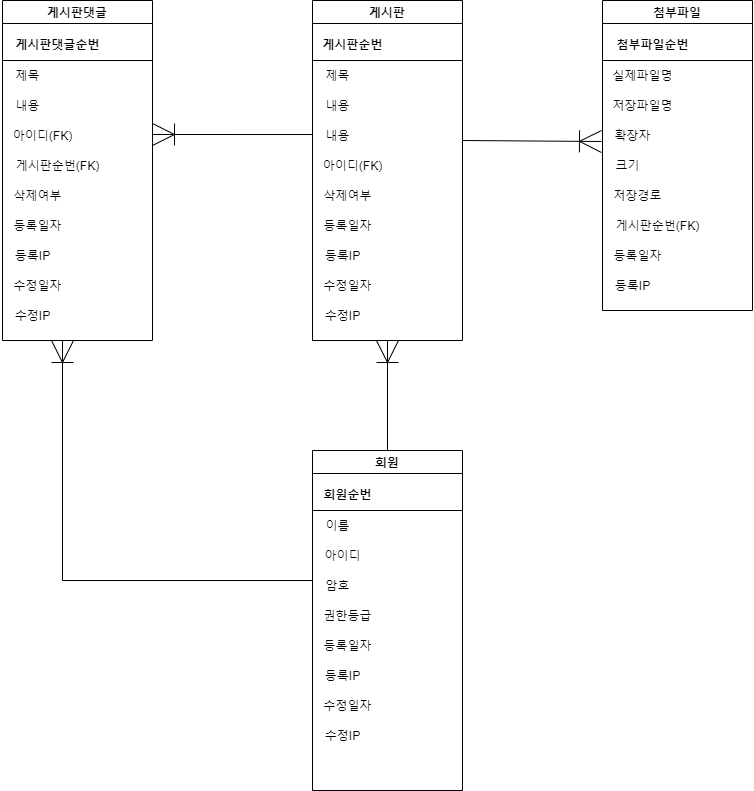
sos9210/board-project keeps this draw.io diagram as BOARD_ERD.png. Above is the earlier version. Source tidied: cells renumbered, new cells last; positions are measured from the earlier drawing's top-left corner, leaving out a move shared by most shapes.
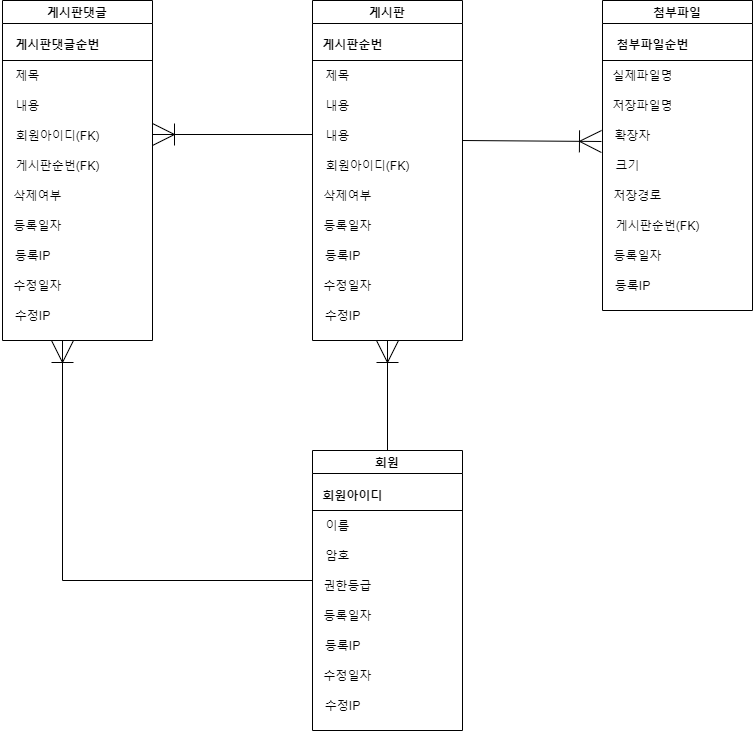
Later version of the same file.

Change to the diagram source:
```diff
@@ -3,11 +3,8 @@
     <mxCell id="0" />
     <mxCell id="1" parent="0" />
     <mxCell id="2" value="회원" style="swimlane;startSize=23;" parent="1" vertex="1">
-      <mxGeometry x="310" y="450" width="150" height="340" as="geometry" />
+      <mxGeometry x="310" y="450" width="150" height="280" as="geometry" />
     </mxCell>
-    <mxCell id="3" value="&lt;b&gt;회원순번&lt;/b&gt;" style="text;html=1;align=center;verticalAlign=middle;strokeColor=none;fillColor=none;strokeWidth=4;" parent="2" vertex="1">
-      <mxGeometry y="30" width="70" height="30" as="geometry" />
-    </mxCell>
     <mxCell id="4" style="endArrow=none;html=1;rounded=0;" parent="2" edge="1">
       <mxGeometry relative="1" as="geometry">
         <mxPoint y="60" as="sourcePoint" />
@@ -17,26 +14,26 @@
     <mxCell id="5" value="&lt;font style=&quot;font-size: 12px;&quot;&gt;이름&lt;/font&gt;" style="text;html=1;align=center;verticalAlign=middle;strokeColor=none;fillColor=none;fontSize=17;" parent="2" vertex="1">
       <mxGeometry y="60" width="50" height="30" as="geometry" />
     </mxCell>
-    <mxCell id="6" value="&lt;font style=&quot;font-size: 12px;&quot;&gt;아이디&lt;/font&gt;" style="text;html=1;align=center;verticalAlign=middle;strokeColor=none;fillColor=none;fontSize=17;" parent="2" vertex="1">
-      <mxGeometry y="90" width="60" height="30" as="geometry" />
+    <mxCell id="6" value="&lt;font style=&quot;font-size: 12px;&quot;&gt;회원아이디&lt;/font&gt;" style="text;html=1;align=center;verticalAlign=middle;strokeColor=none;fillColor=none;fontSize=17;fontStyle=1;" parent="2" vertex="1">
+      <mxGeometry y="30" width="80" height="30" as="geometry" />
     </mxCell>
     <mxCell id="7" value="&lt;font style=&quot;font-size: 12px;&quot;&gt;암호&lt;/font&gt;" style="text;html=1;align=center;verticalAlign=middle;strokeColor=none;fillColor=none;fontSize=17;" parent="2" vertex="1">
-      <mxGeometry y="120" width="50" height="30" as="geometry" />
+      <mxGeometry y="90" width="50" height="30" as="geometry" />
     </mxCell>
     <mxCell id="8" value="&lt;font style=&quot;font-size: 12px;&quot;&gt;등록일자&lt;/font&gt;" style="text;html=1;align=center;verticalAlign=middle;strokeColor=none;fillColor=none;fontSize=17;" parent="2" vertex="1">
-      <mxGeometry y="180" width="70" height="30" as="geometry" />
+      <mxGeometry y="150" width="70" height="30" as="geometry" />
     </mxCell>
     <mxCell id="9" value="&lt;font style=&quot;font-size: 12px;&quot;&gt;등록IP&lt;/font&gt;" style="text;html=1;align=center;verticalAlign=middle;strokeColor=none;fillColor=none;fontSize=17;" parent="2" vertex="1">
-      <mxGeometry y="210" width="60" height="30" as="geometry" />
+      <mxGeometry y="180" width="60" height="30" as="geometry" />
     </mxCell>
     <mxCell id="10" value="&lt;font style=&quot;font-size: 12px;&quot;&gt;수정일자&lt;/font&gt;" style="text;html=1;align=center;verticalAlign=middle;strokeColor=none;fillColor=none;fontSize=17;" parent="2" vertex="1">
-      <mxGeometry y="240" width="70" height="30" as="geometry" />
+      <mxGeometry y="210" width="70" height="30" as="geometry" />
     </mxCell>
     <mxCell id="11" value="&lt;font style=&quot;font-size: 12px;&quot;&gt;수정IP&lt;/font&gt;" style="text;html=1;align=center;verticalAlign=middle;strokeColor=none;fillColor=none;fontSize=17;" parent="2" vertex="1">
-      <mxGeometry y="270" width="60" height="30" as="geometry" />
+      <mxGeometry y="240" width="60" height="30" as="geometry" />
     </mxCell>
     <mxCell id="12" value="&lt;span style=&quot;font-size: 12px;&quot;&gt;권한등급&lt;/span&gt;" style="text;html=1;align=center;verticalAlign=middle;strokeColor=none;fillColor=none;fontSize=17;" parent="2" vertex="1">
-      <mxGeometry y="150" width="70" height="30" as="geometry" />
+      <mxGeometry y="120" width="70" height="30" as="geometry" />
     </mxCell>
     <mxCell id="13" value="게시판" style="swimlane;startSize=23;" parent="1" vertex="1">
       <mxGeometry x="310" width="150" height="340" as="geometry" />
@@ -50,8 +47,8 @@
         <mxPoint x="150" y="60" as="targetPoint" />
       </mxGeometry>
     </mxCell>
-    <mxCell id="16" value="&lt;font style=&quot;font-size: 12px;&quot;&gt;아이디(FK)&lt;/font&gt;" style="text;html=1;align=center;verticalAlign=middle;strokeColor=none;fillColor=none;fontSize=17;" parent="13" vertex="1">
-      <mxGeometry y="150" width="80" height="30" as="geometry" />
+    <mxCell id="16" value="&lt;font style=&quot;font-size: 12px;&quot;&gt;회원아이디(FK)&lt;/font&gt;" style="text;html=1;align=center;verticalAlign=middle;strokeColor=none;fillColor=none;fontSize=17;" parent="13" vertex="1">
+      <mxGeometry y="150" width="110" height="30" as="geometry" />
     </mxCell>
     <mxCell id="17" value="&lt;font style=&quot;font-size: 12px;&quot;&gt;등록일자&lt;/font&gt;" style="text;html=1;align=center;verticalAlign=middle;strokeColor=none;fillColor=none;fontSize=17;" parent="13" vertex="1">
       <mxGeometry y="210" width="70" height="30" as="geometry" />
@@ -151,12 +148,12 @@
     <mxCell id="46" value="&lt;span style=&quot;font-size: 12px;&quot;&gt;내용&lt;/span&gt;" style="text;html=1;align=center;verticalAlign=middle;strokeColor=none;fillColor=none;fontSize=17;" parent="37" vertex="1">
       <mxGeometry y="90" width="50" height="30" as="geometry" />
     </mxCell>
-    <mxCell id="47" value="&lt;span style=&quot;font-size: 12px;&quot;&gt;아이디(FK)&lt;/span&gt;" style="text;html=1;align=center;verticalAlign=middle;strokeColor=none;fillColor=none;fontSize=17;" parent="37" vertex="1">
-      <mxGeometry y="120" width="80" height="30" as="geometry" />
-    </mxCell>
     <mxCell id="48" value="&lt;span style=&quot;font-size: 12px;&quot;&gt;삭제여부&lt;/span&gt;" style="text;html=1;align=center;verticalAlign=middle;strokeColor=none;fillColor=none;fontSize=17;" parent="37" vertex="1">
       <mxGeometry y="180" width="70" height="30" as="geometry" />
     </mxCell>
+    <mxCell id="52" value="&lt;font style=&quot;font-size: 12px;&quot;&gt;회원아이디(FK)&lt;/font&gt;" style="text;html=1;align=center;verticalAlign=middle;strokeColor=none;fillColor=none;fontSize=17;" parent="37" vertex="1">
+      <mxGeometry y="120" width="110" height="30" as="geometry" />
+    </mxCell>
     <mxCell id="49" style="fontSize=12;html=1;endArrow=ERoneToMany;rounded=0;verticalAlign=middle;exitX=0;exitY=0.467;exitDx=0;exitDy=0;exitPerimeter=0;endSize=20;startSize=20;endFill=0;" parent="1" edge="1" source="23">
       <mxGeometry relative="1" as="geometry">
         <mxPoint x="150" y="134" as="targetPoint" />
```
